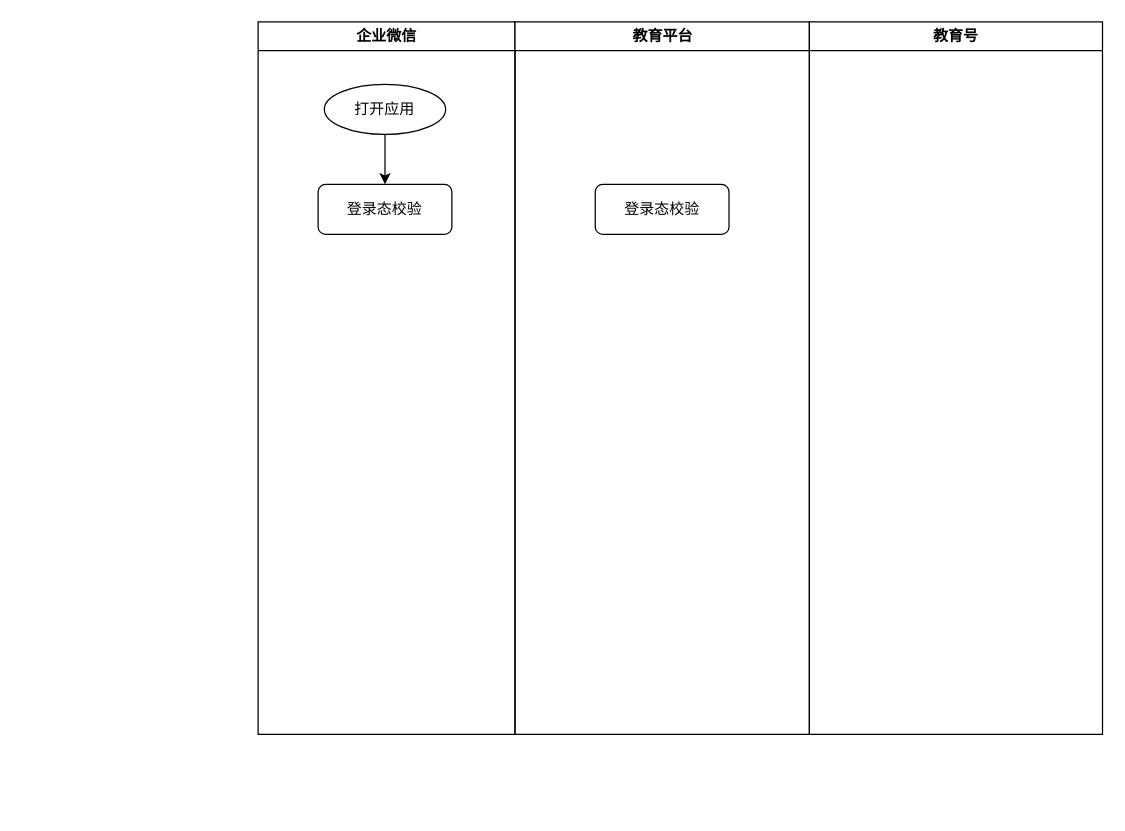
This is 企业微信流程图.drawio from liangdengming/diagrams, a draw.io file, before an edit. Source tidied: cells renumbered, new cells numbered last; positions are measured from the earlier drawing's top-left corner, leaving out a move shared by most shapes. Both pictures are drawn from the tidied source at 125%, with x=0, y=0 at pixel (258, 21).
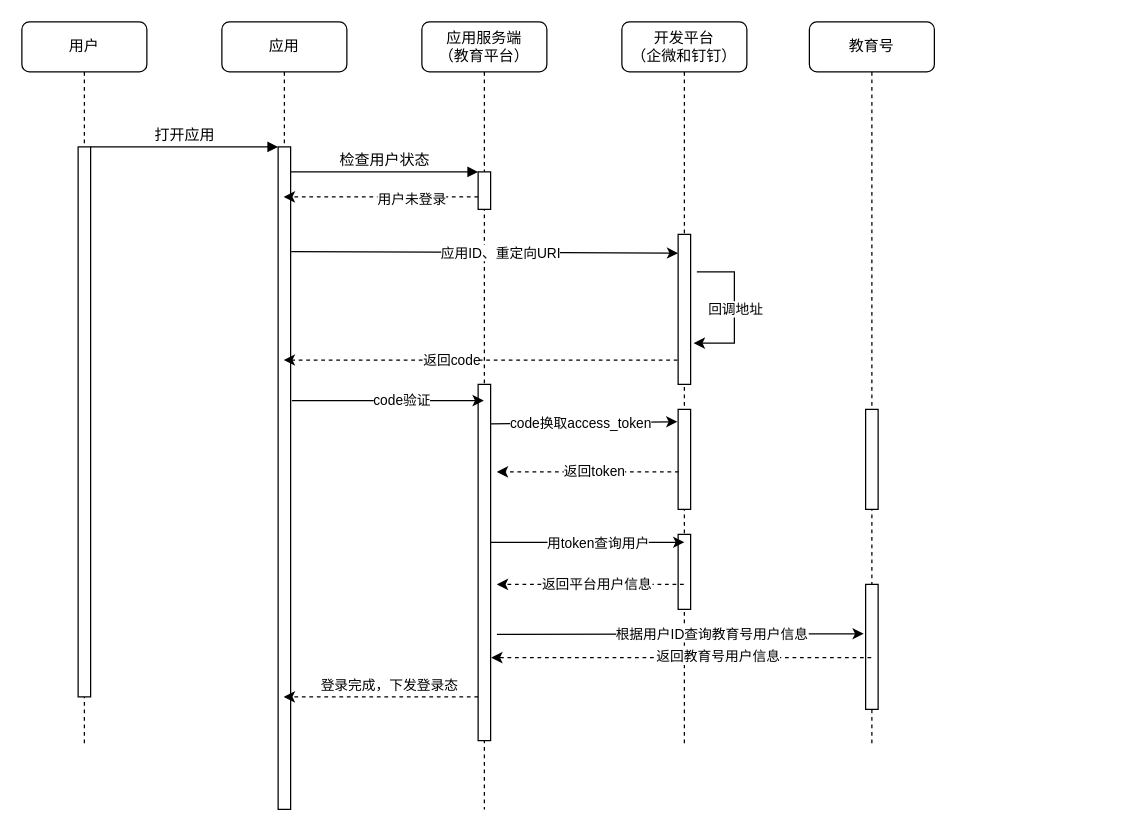
After the change.

Commit message:
更新企业微信流程图.drawio

The edit, as a diff of the source:
```diff
@@
-    <mxCell id="2" value="企业微信" style="swimlane;whiteSpace=wrap;" parent="1" vertex="1">
-      <mxGeometry width="205.5" height="570" as="geometry" />
-    </mxCell>
-    <mxCell id="3" style="edgeStyle=orthogonalEdgeStyle;rounded=0;jettySize=auto;html=1;entryX=0.5;entryY=0;entryDx=0;entryDy=0;" parent="2" edge="1" source="4" target="5">
-      <mxGeometry relative="1" as="geometry" />
-    </mxCell>
+    <mxCell id="9" value="应用" style="shape=umlLifeline;perimeter=lifelinePerimeter;whiteSpace=wrap;html=1;outlineConnect=0;rounded=1;shadow=0;comic=0;labelBackgroundColor=none;strokeWidth=1;fontFamily=Verdana;fontSize=12;align=center;" parent="1" vertex="1">
+      <mxGeometry x="-29" width="100" height="630" as="geometry" />
+    </mxCell>
+    <mxCell id="10" style="edgeStyle=none;rounded=0;jettySize=auto;html=1;dashed=1;elbow=vertical;" parent="9" edge="1" source="11" target="9">
+      <mxGeometry relative="1" as="geometry" />
+    </mxCell>
+    <mxCell id="11" style="html=1;points=[];perimeter=orthogonalPerimeter;rounded=0;shadow=0;comic=0;labelBackgroundColor=none;strokeWidth=1;fontFamily=Verdana;fontSize=12;align=center;" parent="9" vertex="1">
+      <mxGeometry x="45" y="100" width="10" height="530" as="geometry" />
+    </mxCell>
+    <mxCell id="12" value="应用服务端&lt;br style=&quot;border-color: var(--border-color);&quot;&gt;（教育平台）" style="shape=umlLifeline;perimeter=lifelinePerimeter;whiteSpace=wrap;html=1;outlineConnect=0;rounded=1;shadow=0;comic=0;labelBackgroundColor=none;strokeWidth=1;fontFamily=Verdana;fontSize=12;align=center;" parent="1" vertex="1">
+      <mxGeometry x="131" width="100" height="630" as="geometry" />
+    </mxCell>
+    <mxCell id="13" style="html=1;points=[];perimeter=orthogonalPerimeter;rounded=0;shadow=0;comic=0;labelBackgroundColor=none;strokeWidth=1;fontFamily=Verdana;fontSize=12;align=center;" parent="12" vertex="1">
+      <mxGeometry x="45" y="120" width="10" height="30" as="geometry" />
+    </mxCell>
+    <mxCell id="14" style="edgeStyle=none;rounded=0;jettySize=auto;html=1;elbow=vertical;" parent="12" edge="1" source="15" target="12">
+      <mxGeometry relative="1" as="geometry" />
+    </mxCell>
+    <mxCell id="15" style="html=1;points=[];perimeter=orthogonalPerimeter;rounded=0;shadow=0;comic=0;labelBackgroundColor=none;strokeWidth=1;fontFamily=Verdana;fontSize=12;align=center;" parent="12" vertex="1">
+      <mxGeometry x="45" y="290" width="10" height="285" as="geometry" />
+    </mxCell>
+    <mxCell id="16" value="开发平台&lt;br&gt;（企微和钉钉）" style="shape=umlLifeline;perimeter=lifelinePerimeter;whiteSpace=wrap;html=1;outlineConnect=0;rounded=1;shadow=0;comic=0;labelBackgroundColor=none;strokeWidth=1;fontFamily=Verdana;fontSize=12;align=center;" parent="1" vertex="1">
+      <mxGeometry x="291" width="100" height="580" as="geometry" />
+    </mxCell>
+    <mxCell id="17" style="html=1;points=[];perimeter=orthogonalPerimeter;rounded=0;shadow=0;comic=0;labelBackgroundColor=none;strokeWidth=1;fontFamily=Verdana;fontSize=12;align=center;" parent="16" vertex="1">
+      <mxGeometry x="45" y="170" width="10" height="120" as="geometry" />
+    </mxCell>
+    <mxCell id="18" style="html=1;points=[];perimeter=orthogonalPerimeter;rounded=0;shadow=0;comic=0;labelBackgroundColor=none;strokeWidth=1;fontFamily=Verdana;fontSize=12;align=center;" parent="16" vertex="1">
+      <mxGeometry x="45" y="310" width="10" height="80" as="geometry" />
+    </mxCell>
+    <mxCell id="19" style="html=1;points=[];perimeter=orthogonalPerimeter;rounded=0;shadow=0;comic=0;labelBackgroundColor=none;strokeWidth=1;fontFamily=Verdana;fontSize=12;align=center;" parent="16" vertex="1">
+      <mxGeometry x="45" y="410" width="10" height="60" as="geometry" />
+    </mxCell>
+    <mxCell id="20" style="endArrow=classic;html=1;rounded=0;edgeStyle=entityRelationEdgeStyle;elbow=vertical;entryX=1.25;entryY=0.725;entryDx=0;entryDy=0;entryPerimeter=0;" parent="16" edge="1" target="17">
+      <mxGeometry relative="1" as="geometry">
+        <mxPoint x="60" y="200" as="sourcePoint" />
+        <Array as="points">
+          <mxPoint x="100" y="210" />
+        </Array>
+      </mxGeometry>
+    </mxCell>
+    <mxCell id="21" value="回调地址" style="edgeLabel;html=1;align=center;verticalAlign=middle;" parent="20" vertex="1">
+      <mxGeometry x="-0.01" relative="1" as="geometry" />
+    </mxCell>
+    <mxCell id="22" value="用户" style="shape=umlLifeline;perimeter=lifelinePerimeter;whiteSpace=wrap;html=1;rounded=1;shadow=0;comic=0;labelBackgroundColor=none;strokeWidth=1;fontFamily=Verdana;fontSize=12;align=center;" parent="1" vertex="1">
+      <mxGeometry x="-189" width="100" height="580" as="geometry" />
+    </mxCell>
+    <mxCell id="23" style="html=1;points=[];perimeter=orthogonalPerimeter;rounded=0;shadow=0;comic=0;labelBackgroundColor=none;strokeWidth=1;fontFamily=Verdana;fontSize=12;align=center;" parent="22" vertex="1">
+      <mxGeometry x="45" y="100" width="10" height="440" as="geometry" />
+    </mxCell>
-    <mxCell id="4" value="打开应用" style="strokeWidth=1;html=1;shape=mxgraph.flowchart.start_1;whiteSpace=wrap;strokeColor=#000000;fillColor=#FFFFFF;" parent="2" vertex="1">
-      <mxGeometry x="53" y="50" width="97" height="40" as="geometry" />
+    <mxCell id="4" value="打开应用" style="html=1;verticalAlign=bottom;endArrow=block;entryX=0;entryY=0;labelBackgroundColor=none;fontFamily=Verdana;fontSize=12;edgeStyle=elbowEdgeStyle;elbow=vertical;" parent="1" edge="1" source="23" target="11">
+      <mxGeometry relative="1" as="geometry" />
     </mxCell>
-    <mxCell id="5" value="登录态校验" style="rounded=1;whiteSpace=wrap;html=1;strokeColor=#000000;strokeWidth=1;fillColor=#FFFFFF;" parent="2" vertex="1">
-      <mxGeometry x="48" y="130" width="107" height="40" as="geometry" />
-    </mxCell>
-    <mxCell id="6" value="教育平台" style="swimlane;whiteSpace=wrap;" parent="1" vertex="1">
-      <mxGeometry x="205.5" width="235.5" height="570" as="geometry" />
-    </mxCell>
-    <mxCell id="7" value="登录态校验" style="rounded=1;whiteSpace=wrap;html=1;strokeColor=#000000;strokeWidth=1;fillColor=#FFFFFF;" parent="6" vertex="1">
-      <mxGeometry x="64.2" y="130" width="107" height="40" as="geometry" />
-    </mxCell>
+    <mxCell id="24" value="检查用户状态" style="html=1;verticalAlign=bottom;endArrow=block;entryX=0;entryY=0;labelBackgroundColor=none;fontFamily=Verdana;fontSize=12;edgeStyle=elbowEdgeStyle;elbow=vertical;" parent="1" edge="1" source="11" target="13">
+      <mxGeometry relative="1" as="geometry" />
+    </mxCell>
-    <mxCell id="8" value="教育号" style="swimlane;whiteSpace=wrap;" parent="1" vertex="1">
-      <mxGeometry x="441" width="234.5" height="570" as="geometry" />
+    <mxCell id="8" value="教育号" style="shape=umlLifeline;perimeter=lifelinePerimeter;whiteSpace=wrap;html=1;outlineConnect=0;rounded=1;shadow=0;comic=0;labelBackgroundColor=none;strokeWidth=1;fontFamily=Verdana;fontSize=12;align=center;" parent="1" vertex="1">
+      <mxGeometry x="441" width="100" height="580" as="geometry" />
     </mxCell>
+    <mxCell id="25" style="edgeStyle=none;rounded=0;orthogonalLoop=1;jettySize=auto;html=1;" parent="8" edge="1">
+      <mxGeometry relative="1" as="geometry">
+        <mxPoint x="55" y="235" as="sourcePoint" />
+        <mxPoint x="55" y="235" as="targetPoint" />
+      </mxGeometry>
+    </mxCell>
+    <mxCell id="26" style="edgeStyle=none;rounded=0;orthogonalLoop=1;jettySize=auto;html=1;" parent="8" edge="1">
+      <mxGeometry relative="1" as="geometry">
+        <mxPoint x="55" y="250" as="sourcePoint" />
+        <mxPoint x="55" y="250" as="targetPoint" />
+      </mxGeometry>
+    </mxCell>
+    <mxCell id="27" style="html=1;perimeter=orthogonalPerimeter;rounded=0;shadow=0;comic=0;labelBackgroundColor=none;strokeWidth=1;fontFamily=Verdana;fontSize=12;align=center;" parent="8" vertex="1">
+      <mxGeometry x="45" y="310" width="10" height="80" as="geometry" />
+    </mxCell>
+    <mxCell id="28" style="html=1;points=[];perimeter=orthogonalPerimeter;rounded=0;shadow=0;comic=0;labelBackgroundColor=none;strokeWidth=1;fontFamily=Verdana;fontSize=12;align=center;" parent="8" vertex="1">
+      <mxGeometry x="45" y="450" width="10" height="100" as="geometry" />
+    </mxCell>
+    <mxCell id="29" style="rounded=0;jettySize=auto;html=1;dashed=1;" parent="1" edge="1" source="13" target="9">
+      <mxGeometry relative="1" as="geometry">
+        <Array as="points">
+          <mxPoint x="91" y="140" />
+        </Array>
+      </mxGeometry>
+    </mxCell>
+    <mxCell id="30" value="用户未登录" style="edgeLabel;html=1;align=center;verticalAlign=middle;" parent="29" vertex="1">
+      <mxGeometry x="-0.31" y="1" relative="1" as="geometry" />
+    </mxCell>
+    <mxCell id="31" style="rounded=0;jettySize=auto;html=1;exitX=1.05;exitY=0.158;exitDx=0;exitDy=0;exitPerimeter=0;entryX=0;entryY=0.125;entryDx=0;entryDy=0;entryPerimeter=0;" parent="1" edge="1" source="11" target="17">
+      <mxGeometry relative="1" as="geometry" />
+    </mxCell>
+    <mxCell id="32" value="应用ID、重定向URI" style="edgeLabel;html=1;align=center;verticalAlign=middle;" parent="31" vertex="1">
+      <mxGeometry x="0.08" y="1" relative="1" as="geometry">
+        <mxPoint y="1" as="offset" />
+      </mxGeometry>
+    </mxCell>
+    <mxCell id="33" style="rounded=0;jettySize=auto;html=1;elbow=vertical;dashed=1;exitX=-0.05;exitY=0.838;exitDx=0;exitDy=0;exitPerimeter=0;" parent="1" edge="1" source="17" target="9">
+      <mxGeometry relative="1" as="geometry" />
+    </mxCell>
+    <mxCell id="34" value="返回code" style="edgeLabel;html=1;align=center;verticalAlign=middle;" parent="33" vertex="1">
+      <mxGeometry x="0.15" relative="1" as="geometry" />
+    </mxCell>
+    <mxCell id="35" style="rounded=0;jettySize=auto;html=1;elbow=vertical;exitX=1.1;exitY=0.383;exitDx=0;exitDy=0;exitPerimeter=0;" parent="1" edge="1" source="11" target="12">
+      <mxGeometry relative="1" as="geometry" />
+    </mxCell>
+    <mxCell id="36" value="code验证" style="edgeLabel;html=1;align=center;verticalAlign=middle;" parent="35" vertex="1">
+      <mxGeometry x="0.14" relative="1" as="geometry" />
+    </mxCell>
+    <mxCell id="37" style="rounded=0;jettySize=auto;html=1;elbow=vertical;exitX=0.995;exitY=0.111;exitDx=0;exitDy=0;exitPerimeter=0;entryX=-0.058;entryY=0.123;entryDx=0;entryDy=0;entryPerimeter=0;" parent="1" edge="1" source="15" target="18">
+      <mxGeometry relative="1" as="geometry" />
+    </mxCell>
+    <mxCell id="38" value="code换取access_token" style="edgeLabel;html=1;align=center;verticalAlign=middle;" parent="37" vertex="1">
+      <mxGeometry x="0.24" y="-1" relative="1" as="geometry">
+        <mxPoint x="-21" y="-1" as="offset" />
+      </mxGeometry>
+    </mxCell>
+    <mxCell id="39" style="rounded=0;jettySize=auto;html=1;elbow=vertical;dashed=1;exitX=0.047;exitY=0.625;exitDx=0;exitDy=0;exitPerimeter=0;" parent="1" edge="1" source="18">
+      <mxGeometry relative="1" as="geometry">
+        <mxPoint x="191" y="360" as="targetPoint" />
+      </mxGeometry>
+    </mxCell>
+    <mxCell id="40" value="返回token" style="edgeLabel;html=1;align=center;verticalAlign=middle;" parent="39" vertex="1">
+      <mxGeometry x="-0.31" y="-1" relative="1" as="geometry">
+        <mxPoint x="-18" as="offset" />
+      </mxGeometry>
+    </mxCell>
+    <mxCell id="41" style="edgeStyle=none;rounded=0;jettySize=auto;html=1;entryX=0.5;entryY=0.105;entryDx=0;entryDy=0;entryPerimeter=0;elbow=vertical;" parent="1" edge="1" source="15" target="19">
+      <mxGeometry relative="1" as="geometry" />
+    </mxCell>
+    <mxCell id="42" value="用token查询用户" style="edgeLabel;html=1;align=center;verticalAlign=middle;" parent="41" vertex="1">
+      <mxGeometry x="0.26" relative="1" as="geometry">
+        <mxPoint x="-13" as="offset" />
+      </mxGeometry>
+    </mxCell>
+    <mxCell id="43" style="rounded=0;jettySize=auto;html=1;elbow=vertical;dashed=1;" parent="1" edge="1" source="15" target="9">
+      <mxGeometry relative="1" as="geometry">
+        <Array as="points">
+          <mxPoint x="31" y="540" />
+        </Array>
+      </mxGeometry>
+    </mxCell>
+    <mxCell id="44" value="登录完成，下发登录态" style="edgeLabel;html=1;align=center;verticalAlign=middle;" parent="43" vertex="1">
+      <mxGeometry x="-0.31" y="-1" relative="1" as="geometry">
+        <mxPoint x="-18" y="-9" as="offset" />
+      </mxGeometry>
+    </mxCell>
+    <mxCell id="45" style="edgeStyle=none;rounded=0;jettySize=auto;html=1;elbow=vertical;dashed=1;" parent="1" edge="1" source="16">
+      <mxGeometry relative="1" as="geometry">
+        <mxPoint x="191" y="450" as="targetPoint" />
+      </mxGeometry>
+    </mxCell>
+    <mxCell id="46" value="返回平台用户信息" style="edgeLabel;html=1;align=center;verticalAlign=middle;" parent="45" vertex="1">
+      <mxGeometry x="-0.31" y="-1" relative="1" as="geometry">
+        <mxPoint x="-18" as="offset" />
+      </mxGeometry>
+    </mxCell>
+    <mxCell id="47" style="edgeStyle=none;rounded=0;jettySize=auto;html=1;entryX=-0.15;entryY=0.395;entryDx=0;entryDy=0;entryPerimeter=0;elbow=vertical;" parent="1" edge="1" target="28">
+      <mxGeometry relative="1" as="geometry">
+        <mxPoint x="191" y="490" as="sourcePoint" />
+      </mxGeometry>
+    </mxCell>
+    <mxCell id="48" value="根据用户ID查询教育号用户信息" style="edgeLabel;html=1;align=center;verticalAlign=middle;" parent="47" vertex="1">
+      <mxGeometry x="0.26" relative="1" as="geometry">
+        <mxPoint x="-13" as="offset" />
+      </mxGeometry>
+    </mxCell>
+    <mxCell id="49" style="edgeStyle=none;rounded=0;jettySize=auto;html=1;elbow=vertical;dashed=1;entryX=1.05;entryY=0.767;entryDx=0;entryDy=0;entryPerimeter=0;" parent="1" edge="1" source="8" target="15">
+      <mxGeometry relative="1" as="geometry" />
+    </mxCell>
+    <mxCell id="50" value="返回教育号用户信息" style="edgeLabel;html=1;align=center;verticalAlign=middle;" parent="49" vertex="1">
+      <mxGeometry x="-0.31" y="-1" relative="1" as="geometry">
+        <mxPoint x="-18" as="offset" />
+      </mxGeometry>
+    </mxCell>
```
